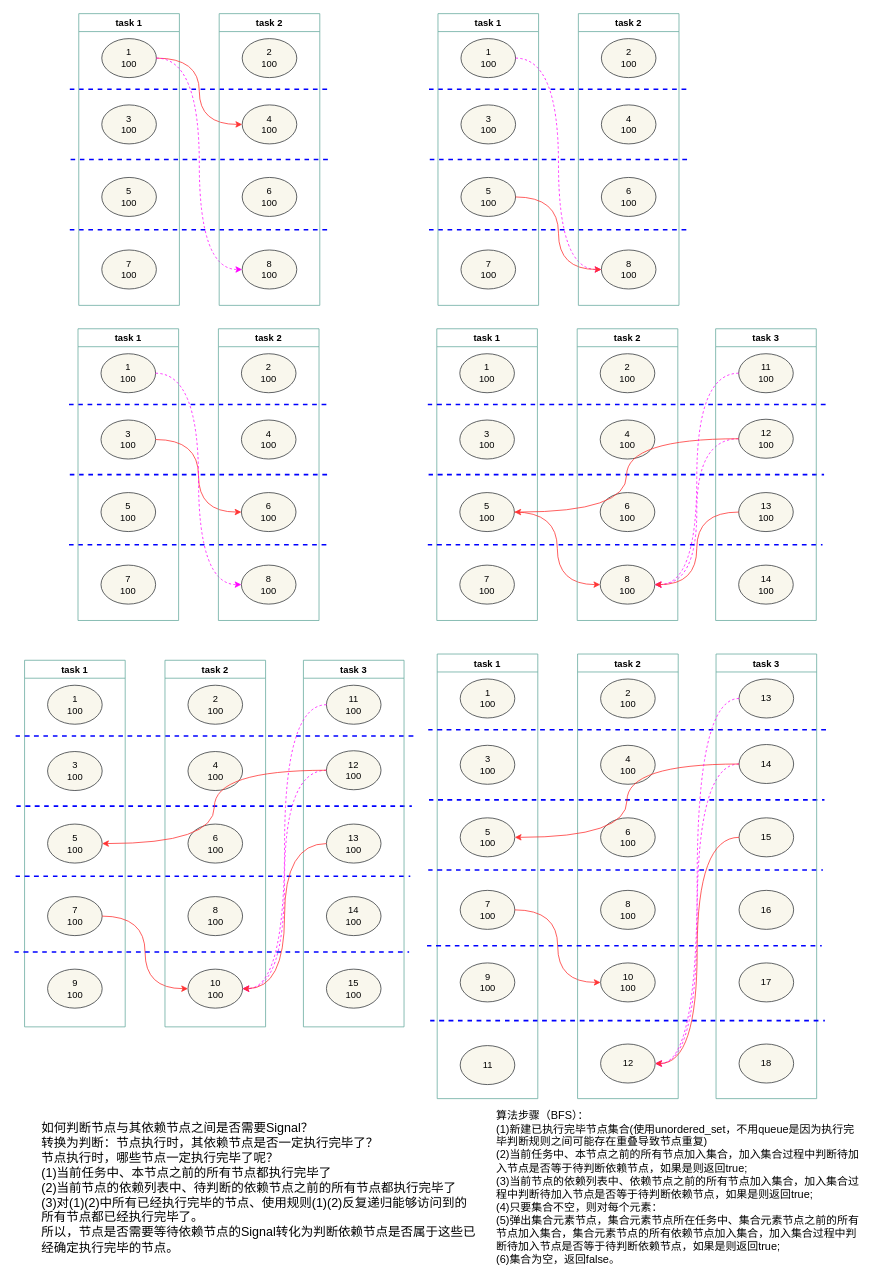
Before: SimplifyDependency.drawio in Dercury/CLDK, a draw.io diagram. Source tidied: cells renumbered, new cells numbered last; positions are measured from the earlier drawing's top-left corner, leaving out a move shared by most shapes. Both pictures are drawn from the tidied source at 78%, with x=0, y=0 at pixel (14, 13).
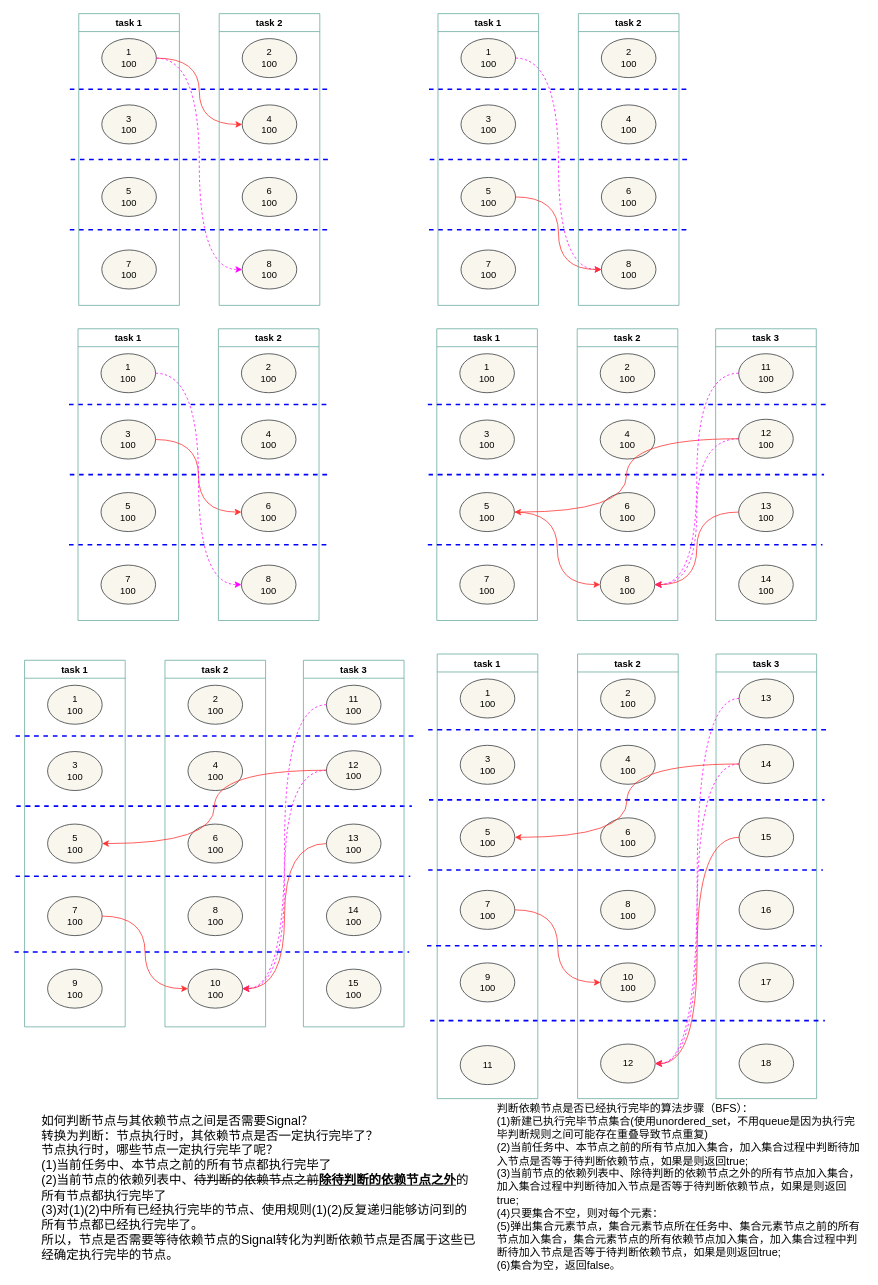
After the change.

The edit, as a diff of the source:
```diff
@@
-    <mxCell id="125" value="如何判断节点与其依赖节点之间是否需要Signal？&lt;br style=&quot;font-size: 16px;&quot;&gt;转换为判断：节点执行时，其依赖节点是否一定执行完毕了？&lt;br&gt;节点执行时，哪些节点一定执行完毕了呢？&lt;br style=&quot;font-size: 16px;&quot;&gt;(1)当前任务中、本节点之前的所有节点都执行完毕了&lt;br style=&quot;font-size: 16px;&quot;&gt;(2)当前节点的依赖列表中、待判断的依赖节点之前的所有节点都执行完毕了&lt;br style=&quot;font-size: 16px;&quot;&gt;&lt;div style=&quot;font-size: 16px;&quot;&gt;&lt;span style=&quot;background-color: initial; font-size: 16px;&quot;&gt;(3)对(1)(2)中所有已经执行完毕的节点、使用规则(1)(2)反复递归能够访问到的所有节点都已经执行完毕了。&lt;/span&gt;&lt;/div&gt;&lt;div style=&quot;font-size: 16px;&quot;&gt;&lt;span style=&quot;background-color: initial; font-size: 16px;&quot;&gt;所以，节点是否需要等待依赖节点的Signal转化为判断依赖节点是否属于这些已经确定执行完毕的节点。&lt;/span&gt;&lt;/div&gt;" style="text;html=1;strokeColor=none;fillColor=none;align=left;verticalAlign=middle;whiteSpace=wrap;rounded=0;fontSize=16;spacing=2;spacingTop=0;horizontal=1;" parent="1" vertex="1">
+    <mxCell id="125" value="如何判断节点与其依赖节点之间是否需要Signal？&lt;br style=&quot;font-size: 16px;&quot;&gt;转换为判断：节点执行时，其依赖节点是否一定执行完毕了？&lt;br&gt;节点执行时，哪些节点一定执行完毕了呢？&lt;br style=&quot;font-size: 16px;&quot;&gt;(1)当前任务中、本节点之前的所有节点都执行完毕了&lt;br style=&quot;font-size: 16px;&quot;&gt;(2)当前节点的依赖列表中、&lt;strike&gt;待判断的依赖节点之前&lt;/strike&gt;&lt;u&gt;&lt;b&gt;除待判断的依赖节点之外&lt;/b&gt;&lt;/u&gt;的所有节点都执行完毕了&lt;br style=&quot;font-size: 16px;&quot;&gt;&lt;div style=&quot;font-size: 16px;&quot;&gt;&lt;span style=&quot;background-color: initial; font-size: 16px;&quot;&gt;(3)对(1)(2)中所有已经执行完毕的节点、使用规则(1)(2)反复递归能够访问到的所有节点都已经执行完毕了。&lt;/span&gt;&lt;/div&gt;&lt;div style=&quot;font-size: 16px;&quot;&gt;&lt;span style=&quot;background-color: initial; font-size: 16px;&quot;&gt;所以，节点是否需要等待依赖节点的Signal转化为判断依赖节点是否属于这些已经确定执行完毕的节点。&lt;/span&gt;&lt;/div&gt;" style="text;html=1;strokeColor=none;fillColor=none;align=left;verticalAlign=middle;whiteSpace=wrap;rounded=0;fontSize=16;spacing=2;spacingTop=0;horizontal=1;" parent="1" vertex="1">
       <mxGeometry x="33" y="1402" width="562" height="205" as="geometry" />
     </mxCell>
-    <mxCell id="126" value="算法步骤（BFS）：&lt;br style=&quot;font-size: 14px;&quot;&gt;(1)新建已执行完毕节点集合(使用unordered_set，不用queue是因为执行完毕判断规则之间可能存在重叠导致节点重复)&lt;br style=&quot;font-size: 14px;&quot;&gt;(2)当前任务中、本节点之前的所有节点加入集合，加入集合过程中判断待加入节点是否等于待判断依赖节点，如果是则返回true;&lt;br style=&quot;font-size: 14px;&quot;&gt;(3)当前节点的依赖列表中、依赖节点之前的所有节点加入集合，加入集合过程中判断待加入节点是否等于待判断依赖节点，如果是则返回true;&lt;br style=&quot;font-size: 14px;&quot;&gt;(4)只要集合不空，则对每个元素：&lt;br style=&quot;font-size: 14px;&quot;&gt;(5)弹出集合元素节点，集合元素节点所在任务中、集合元素节点之前的所有节点加入集合，集合元素节点的所有依赖节点加入集合，加入集合过程中判断待加入节点是否等于待判断依赖节点，如果是则返回true;&lt;br style=&quot;font-size: 14px;&quot;&gt;(6)集合为空，返回false。" style="text;html=1;strokeColor=none;fillColor=none;align=left;verticalAlign=middle;whiteSpace=wrap;rounded=0;fontSize=14;" parent="1" vertex="1">
-      <mxGeometry x="616" y="1405.5" width="474" height="198" as="geometry" />
+    <mxCell id="126" value="判断依赖节点是否已经执行完毕的算法步骤（BFS）：&lt;br style=&quot;font-size: 14px;&quot;&gt;(1)新建已执行完毕节点集合(使用unordered_set，不用queue是因为执行完毕判断规则之间可能存在重叠导致节点重复)&lt;br style=&quot;font-size: 14px;&quot;&gt;(2)当前任务中、本节点之前的所有节点加入集合，加入集合过程中判断待加入节点是否等于待判断依赖节点，如果是则返回true;&lt;br style=&quot;font-size: 14px;&quot;&gt;(3)当前节点的依赖列表中、除待判断的依赖节点之外的所有节点加入集合，加入集合过程中判断待加入节点是否等于待判断依赖节点，如果是则返回true;&lt;br style=&quot;font-size: 14px;&quot;&gt;(4)只要集合不空，则对每个元素：&lt;br style=&quot;font-size: 14px;&quot;&gt;(5)弹出集合元素节点，集合元素节点所在任务中、集合元素节点之前的所有节点加入集合，集合元素节点的所有依赖节点加入集合，加入集合过程中判断待加入节点是否等于待判断依赖节点，如果是则返回true;&lt;br style=&quot;font-size: 14px;&quot;&gt;(6)集合为空，返回false。" style="text;html=1;strokeColor=none;fillColor=none;align=left;verticalAlign=middle;whiteSpace=wrap;rounded=0;fontSize=14;" parent="1" vertex="1">
+      <mxGeometry x="617" y="1397.2" width="474" height="214.5" as="geometry" />
     </mxCell>
```
